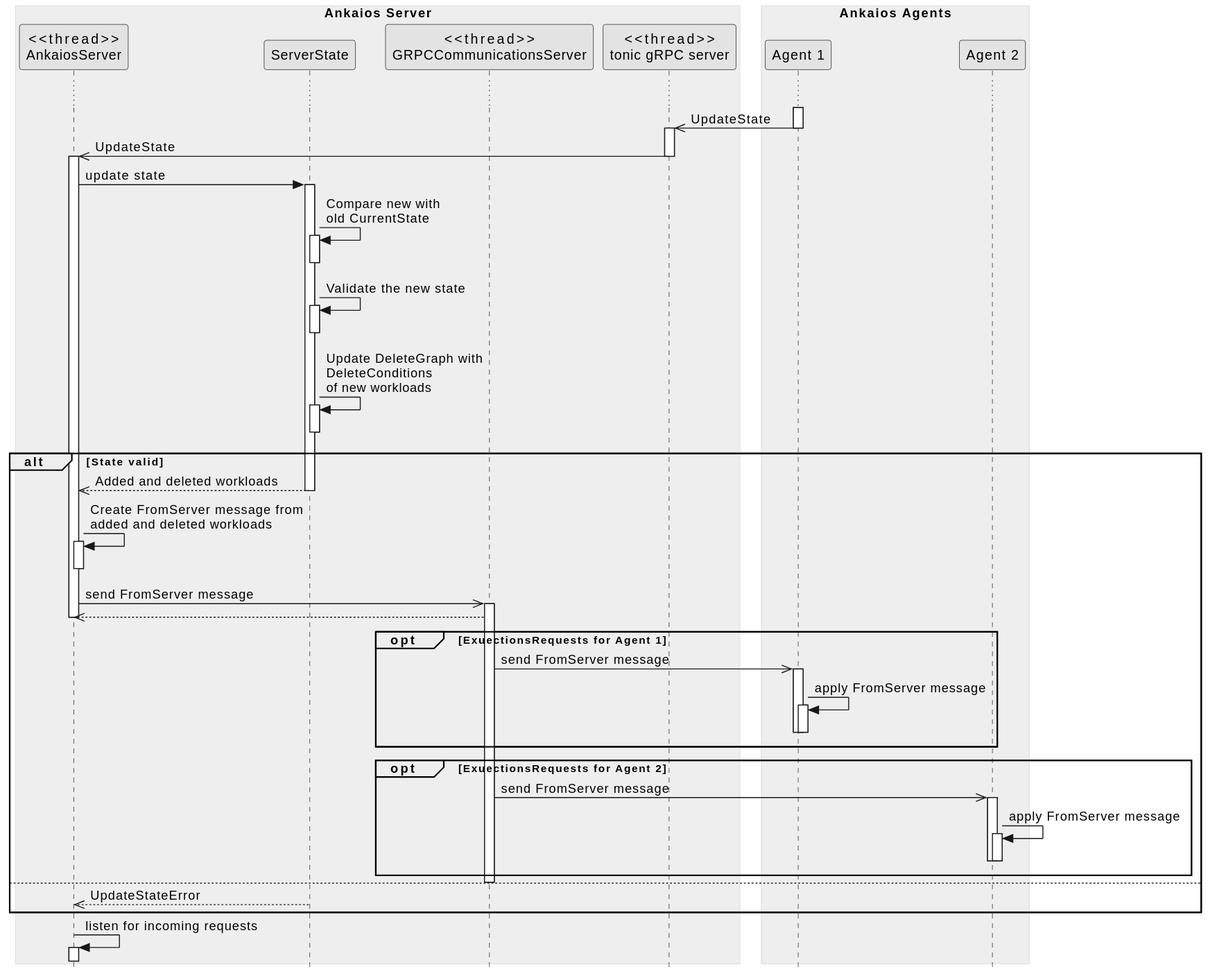
Earlier version of the PlantUML export server/doc/swdesign/plantuml/seq_update_state.svg (eclipse-ankaios/ankaios).
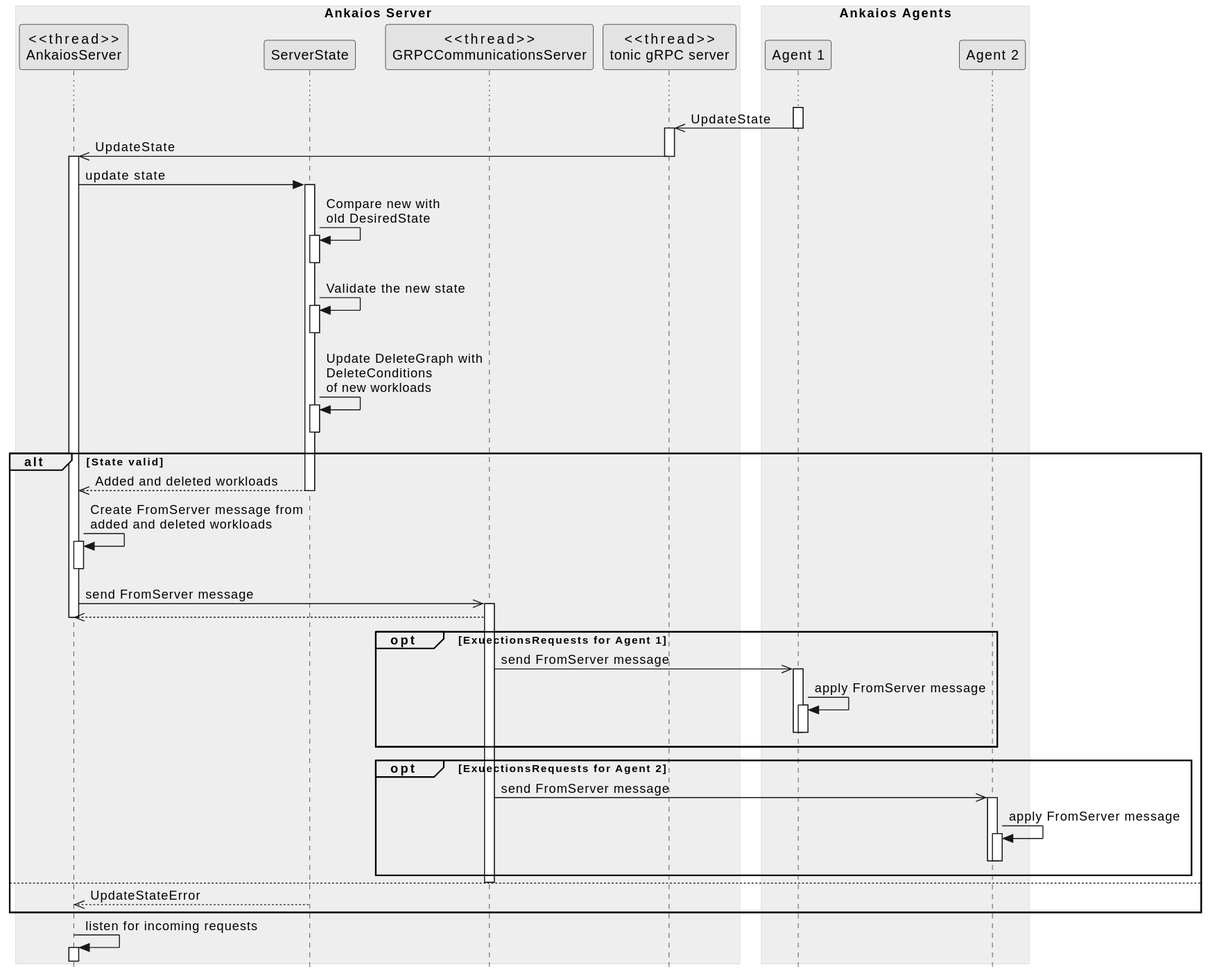
The same file after the commit.

Diff of the diagram source:
```diff
@@ -19,7 +19,7 @@
 agent1 ->> tonic_server--++: UpdateState
 tonic_server ->> server--++: UpdateState
 server -> server_state++: update state
-server_state -> server_state ++--: Compare new with\nold CurrentState
+server_state -> server_state ++--: Compare new with\nold DesiredState
 server_state -> server_state ++--: Validate the new state
 server_state -> server_state ++--: Update DeleteGraph with\nDeleteConditions\nof new workloads
 alt State valid
```
